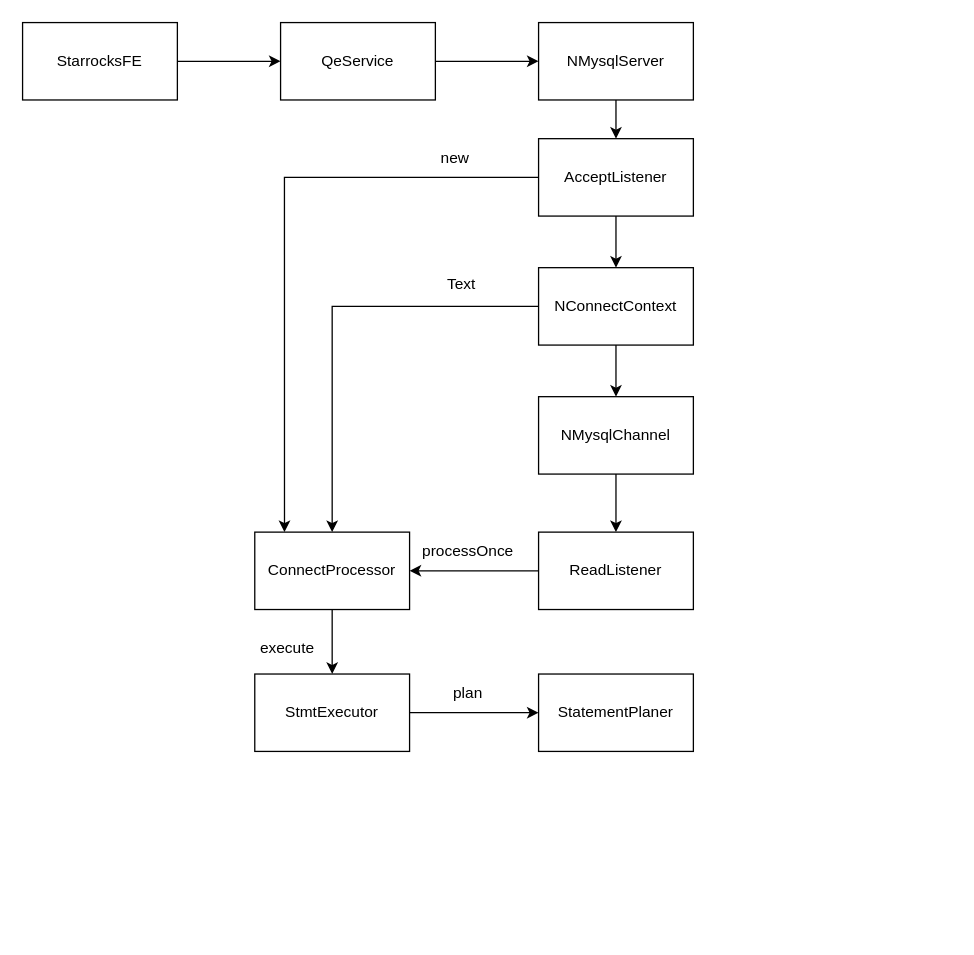
Earlier version of the draw.io diagram fe_sql_analyze.drawio (zhangge111/starrocks_rcode). Source tidied: cells renumbered, new cells numbered last; positions are measured from the earlier drawing's top-left corner, leaving out a move shared by most shapes. Both pictures are drawn from the tidied source at 129%, with x=0, y=0 at pixel (22, 22).
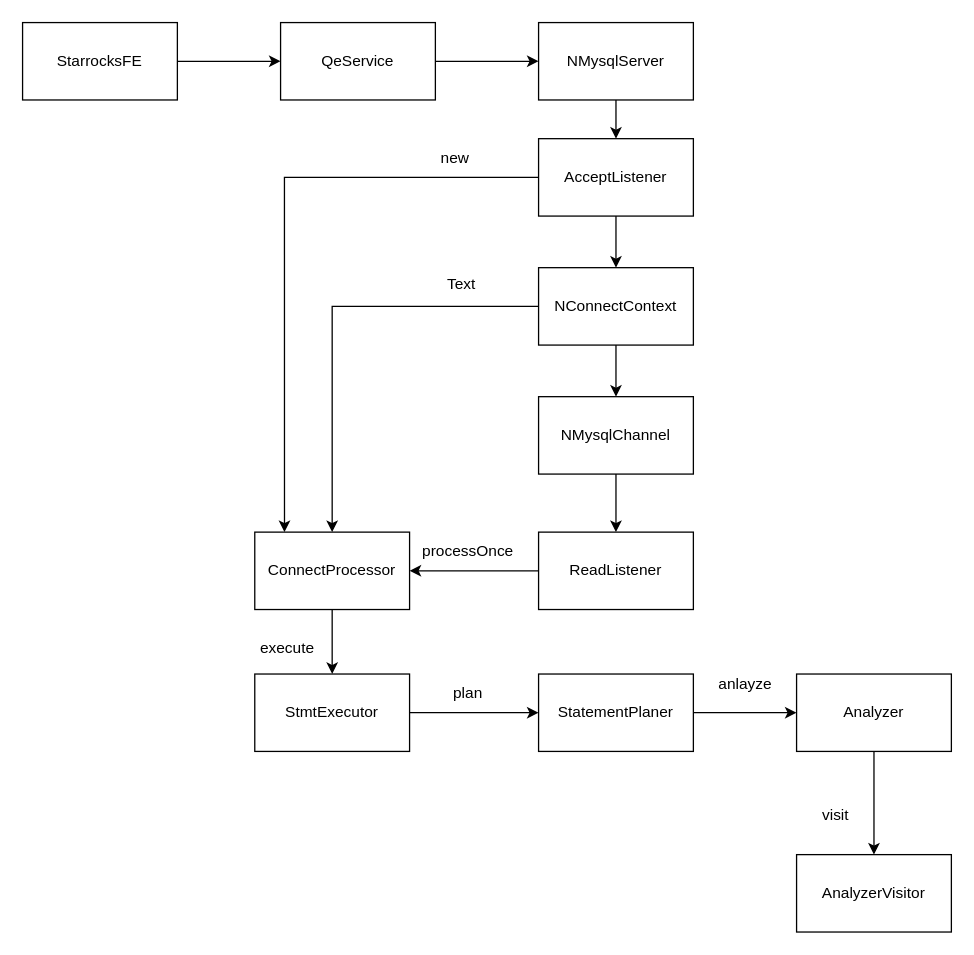
The same diagram, later.

The change refers to these unchanged cells:
```xml
<mxCell id="4" value="StatementPlaner" style="rounded=0;whiteSpace=wrap;html=1;" parent="1" vertex="1">
  <mxGeometry x="400" y="505" width="120" height="60" as="geometry" />
</mxCell>
```

Diff of the diagram source:
```diff
@@
+    <mxCell id="28" style="edgeStyle=orthogonalEdgeStyle;rounded=0;jettySize=auto;html=1;" parent="1" edge="1" source="4" target="30">
+      <mxGeometry relative="1" as="geometry" />
+    </mxCell>
@@
+    <mxCell id="29" style="edgeStyle=orthogonalEdgeStyle;rounded=0;jettySize=auto;html=1;" parent="1" edge="1" source="30" target="32">
+      <mxGeometry relative="1" as="geometry" />
+    </mxCell>
+    <mxCell id="30" value="Analyzer" style="rounded=0;whiteSpace=wrap;html=1;" parent="1" vertex="1">
+      <mxGeometry x="600" y="505" width="120" height="60" as="geometry" />
+    </mxCell>
+    <mxCell id="31" value="anlayze" style="text;html=1;align=center;verticalAlign=middle;strokeColor=none;fillColor=none;" parent="1" vertex="1">
+      <mxGeometry x="530" y="498" width="60" height="30" as="geometry" />
+    </mxCell>
+    <mxCell id="32" value="AnalyzerVisitor" style="rounded=0;whiteSpace=wrap;html=1;" parent="1" vertex="1">
+      <mxGeometry x="600" y="645" width="120" height="60" as="geometry" />
+    </mxCell>
+    <mxCell id="33" value="visit" style="text;html=1;align=center;verticalAlign=middle;strokeColor=none;fillColor=none;" parent="1" vertex="1">
+      <mxGeometry x="610" y="600" width="40" height="30" as="geometry" />
+    </mxCell>
```
